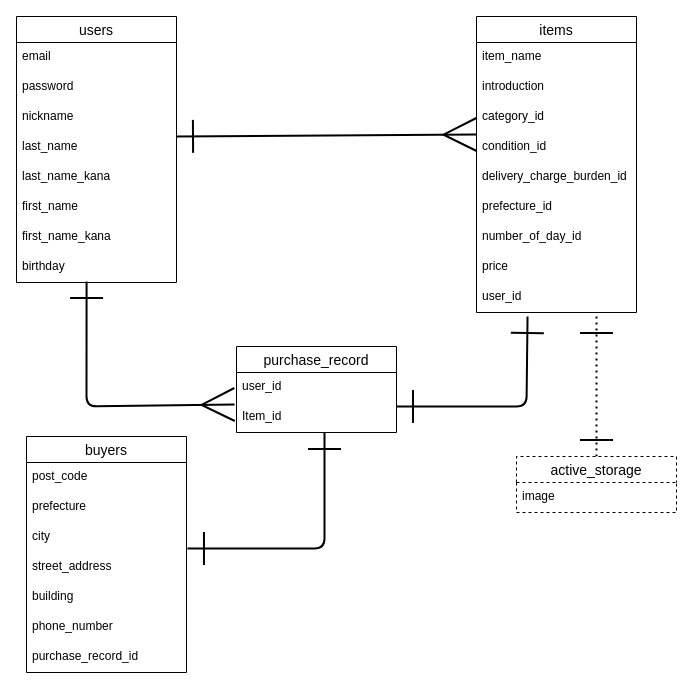
sakuraiswo/furima-40482 keeps this draw.io diagram as furima.dio. Above is the earlier version. Source tidied: cells renumbered, new cells numbered last; positions are measured from the earlier drawing's top-left corner, leaving out a move shared by most shapes. Both pictures are drawn from the tidied source at 100%, with x=0, y=0 at pixel (16, 16).
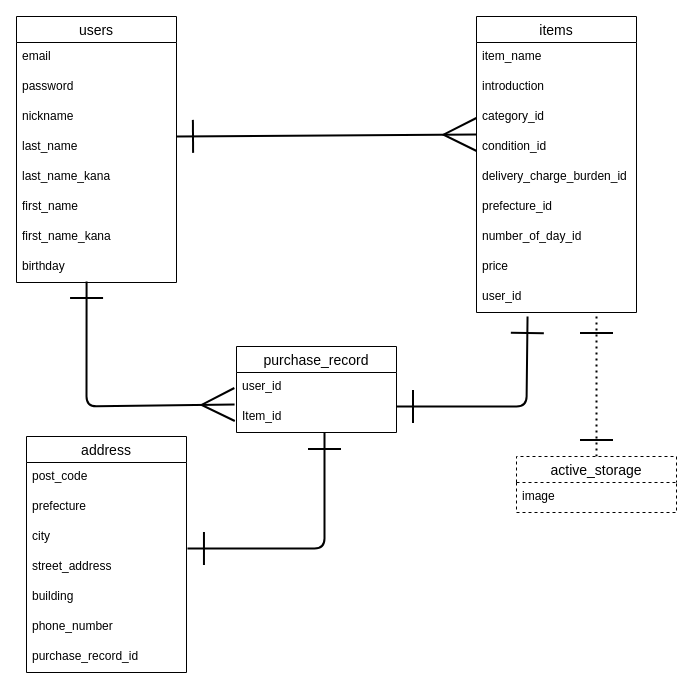
The same diagram, later.

Commit message (it also covers changes not shown here):
テーブル名変更

Diff of the diagram source:
```diff
@@
-    <mxCell id="21" value="buyers" style="swimlane;fontStyle=0;horizontal=1;startSize=26;align=center;fontSize=14;" parent="1" vertex="1">
+    <mxCell id="21" value="address" style="swimlane;fontStyle=0;horizontal=1;startSize=26;align=center;fontSize=14;" parent="1" vertex="1">
       <mxGeometry x="10" y="420" width="160" height="236" as="geometry" />
     </mxCell>
```
